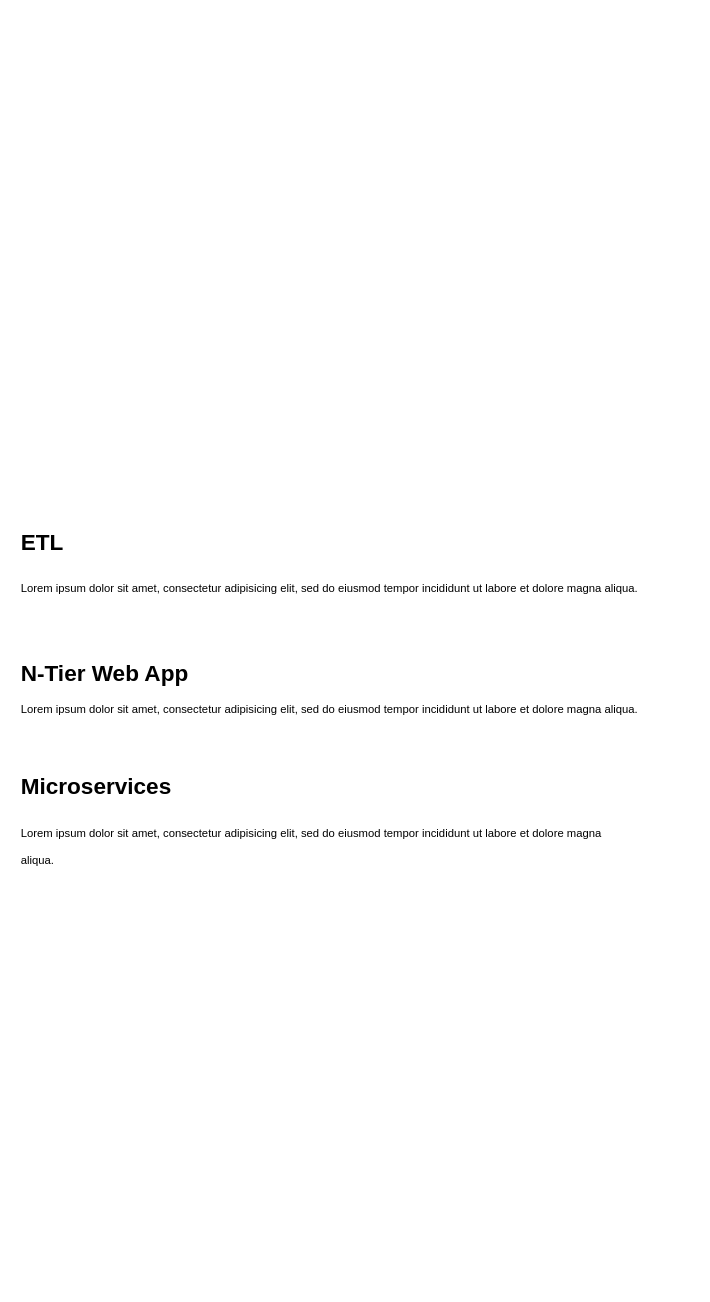
Earlier version of the draw.io diagram Various Azure Architectures.drawio (mcthuggets/AzureArchitectures). Source tidied: cells renumbered, new cells numbered last; positions are measured from the earlier drawing's top-left corner, leaving out a move shared by most shapes. Both pictures are drawn from the tidied source at 94%, with x=0, y=0 at pixel (16, 524).
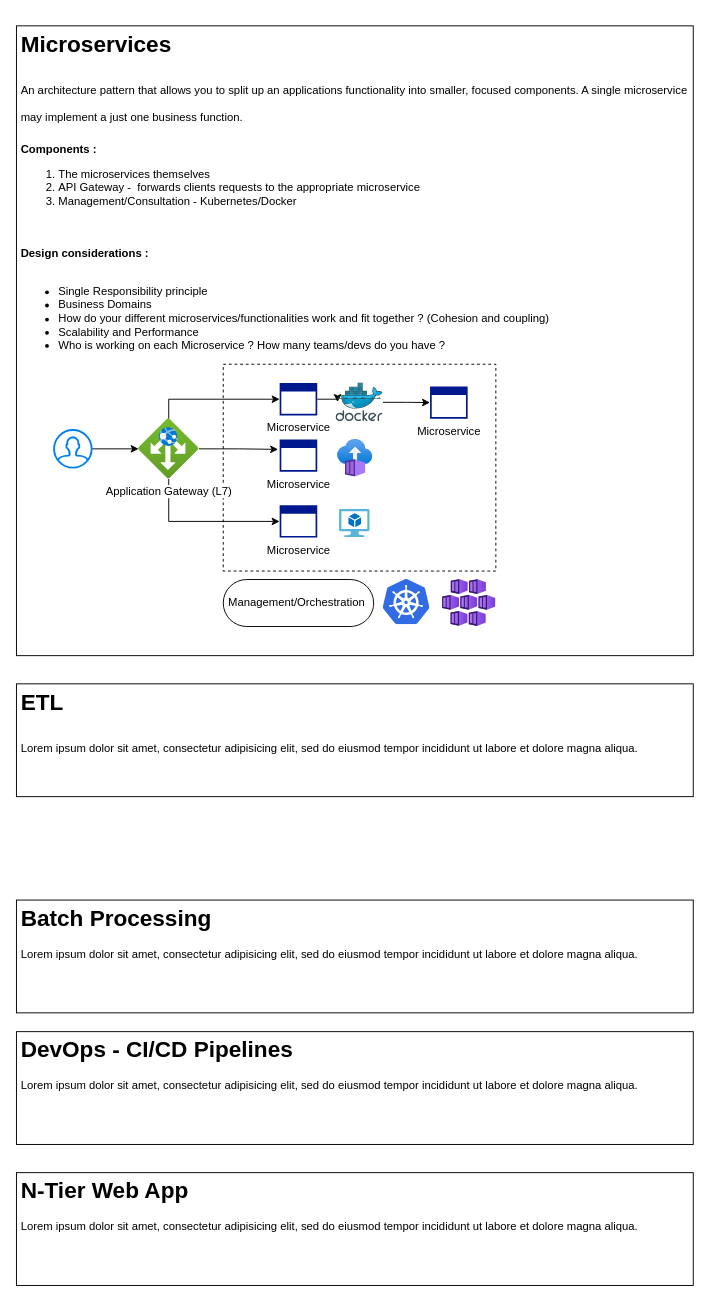
The same diagram, later.

Commit message:
Microservices sort of done.drawio

Change to the diagram source:
```diff
@@
+    <mxCell id="5" style="html=1;dashed=1;whiteSpace=wrap;" parent="1" vertex="1">
+      <mxGeometry x="220" y="-170" width="290" height="220" as="geometry" />
+    </mxCell>
-    <mxCell id="2" value="&lt;h1&gt;&lt;span style=&quot;background-color: initial;&quot;&gt;ETL&lt;/span&gt;&lt;/h1&gt;&lt;h1&gt;&lt;span style=&quot;background-color: initial; font-size: 12px; font-weight: normal;&quot;&gt;Lorem ipsum dolor sit amet, consectetur adipisicing elit, sed do eiusmod tempor incididunt ut labore et dolore magna aliqua.&lt;/span&gt;&lt;br&gt;&lt;/h1&gt;" style="text;html=1;strokeColor=none;fillColor=none;spacing=5;spacingTop=-20;whiteSpace=wrap;overflow=hidden;rounded=0;" parent="1" vertex="1">
-      <mxGeometry width="720" height="120" as="geometry" />
+    <mxCell id="2" value="&lt;h1&gt;&lt;span style=&quot;background-color: initial;&quot;&gt;ETL&lt;/span&gt;&lt;/h1&gt;&lt;h1&gt;&lt;span style=&quot;background-color: initial; font-size: 12px; font-weight: normal;&quot;&gt;Lorem ipsum dolor sit amet, consectetur adipisicing elit, sed do eiusmod tempor incididunt ut labore et dolore magna aliqua.&lt;/span&gt;&lt;br&gt;&lt;/h1&gt;" style="text;html=1;strokeColor=default;fillColor=none;spacing=5;spacingTop=-20;whiteSpace=wrap;overflow=hidden;rounded=0;perimeterSpacing=1;" parent="1" vertex="1">
+      <mxGeometry y="170" width="720" height="120" as="geometry" />
     </mxCell>
-    <mxCell id="3" value="&lt;h1&gt;N-Tier Web App&lt;/h1&gt;&lt;p&gt;Lorem ipsum dolor sit amet, consectetur adipisicing elit, sed do eiusmod tempor incididunt ut labore et dolore magna aliqua.&lt;/p&gt;" style="text;html=1;strokeColor=none;fillColor=none;spacing=5;spacingTop=-20;whiteSpace=wrap;overflow=hidden;rounded=0;" parent="1" vertex="1">
-      <mxGeometry y="140" width="670" height="120" as="geometry" />
+    <mxCell id="3" value="&lt;h1&gt;N-Tier Web App&lt;/h1&gt;&lt;p&gt;Lorem ipsum dolor sit amet, consectetur adipisicing elit, sed do eiusmod tempor incididunt ut labore et dolore magna aliqua.&lt;/p&gt;" style="text;html=1;strokeColor=default;fillColor=none;spacing=5;spacingTop=-20;whiteSpace=wrap;overflow=hidden;rounded=0;perimeterSpacing=1;" parent="1" vertex="1">
+      <mxGeometry y="690" width="720" height="120" as="geometry" />
     </mxCell>
-    <mxCell id="4" value="&lt;h1&gt;&lt;span style=&quot;background-color: initial;&quot;&gt;Microservices&lt;/span&gt;&lt;/h1&gt;&lt;h1&gt;&lt;span style=&quot;background-color: initial; font-size: 12px; font-weight: normal;&quot;&gt;Lorem ipsum dolor sit amet, consectetur adipisicing elit, sed do eiusmod tempor incididunt ut labore et dolore magna aliqua.&lt;/span&gt;&lt;br&gt;&lt;/h1&gt;" style="text;html=1;strokeColor=none;fillColor=none;spacing=5;spacingTop=-20;whiteSpace=wrap;overflow=hidden;rounded=0;" parent="1" vertex="1">
-      <mxGeometry y="260" width="660" height="120" as="geometry" />
+    <mxCell id="4" value="&lt;h1&gt;&lt;span style=&quot;background-color: initial;&quot;&gt;Microservices&lt;/span&gt;&lt;/h1&gt;&lt;h1&gt;&lt;span style=&quot;background-color: initial; font-size: 12px; font-weight: normal;&quot;&gt;An architecture pattern that allows you to split up an applications functionality into smaller, focused components. A single microservice may implement a just one business function.&lt;/span&gt;&lt;br&gt;&lt;/h1&gt;&lt;div&gt;&lt;b&gt;Components :&lt;/b&gt;&lt;/div&gt;&lt;div&gt;&lt;ol&gt;&lt;li&gt;The microservices themselves&lt;/li&gt;&lt;li&gt;API Gateway -&amp;nbsp; forwards clients requests to the appropriate microservice&lt;/li&gt;&lt;li&gt;Management/Consultation - Kubernetes/Docker&lt;/li&gt;&lt;/ol&gt;&lt;/div&gt;&lt;div&gt;&lt;span style=&quot;background-color: initial; font-size: 12px; font-weight: normal;&quot;&gt;&lt;br&gt;&lt;/span&gt;&lt;/div&gt;&lt;div&gt;&lt;span style=&quot;background-color: initial; font-size: 12px; font-weight: normal;&quot;&gt;&lt;br&gt;&lt;/span&gt;&lt;/div&gt;&lt;div&gt;&lt;b&gt;Design considerations :&lt;span style=&quot;white-space: pre;&quot;&gt;&#9;&lt;/span&gt;&lt;/b&gt;&lt;/div&gt;&lt;div&gt;&lt;br&gt;&lt;/div&gt;&lt;div&gt;&lt;ul&gt;&lt;li&gt;Single Responsibility principle&lt;/li&gt;&lt;li&gt;Business Domains&lt;/li&gt;&lt;li&gt;How do your different microservices/functionalities work and fit together ? (Cohesion and coupling)&lt;/li&gt;&lt;li&gt;Scalability and Performance&lt;/li&gt;&lt;li&gt;Who is working on each Microservice ? How many teams/devs do you have ?&lt;/li&gt;&lt;/ul&gt;&lt;/div&gt;" style="text;html=1;strokeColor=default;fillColor=none;spacing=5;spacingTop=-20;whiteSpace=wrap;overflow=hidden;rounded=0;perimeterSpacing=1;" parent="1" vertex="1">
+      <mxGeometry y="-530" width="720" height="670" as="geometry" />
     </mxCell>
+    <mxCell id="6" value="&lt;h1&gt;Batch Processing&lt;/h1&gt;&lt;p&gt;Lorem ipsum dolor sit amet, consectetur adipisicing elit, sed do eiusmod tempor incididunt ut labore et dolore magna aliqua.&lt;/p&gt;" style="text;html=1;strokeColor=default;fillColor=none;spacing=5;spacingTop=-20;whiteSpace=wrap;overflow=hidden;rounded=0;perimeterSpacing=1;" parent="1" vertex="1">
+      <mxGeometry y="400" width="720" height="120" as="geometry" />
+    </mxCell>
+    <mxCell id="7" value="&lt;h1&gt;DevOps - CI/CD Pipelines&lt;/h1&gt;&lt;p&gt;Lorem ipsum dolor sit amet, consectetur adipisicing elit, sed do eiusmod tempor incididunt ut labore et dolore magna aliqua.&lt;/p&gt;" style="text;html=1;strokeColor=default;fillColor=none;spacing=5;spacingTop=-20;whiteSpace=wrap;overflow=hidden;rounded=0;perimeterSpacing=1;" parent="1" vertex="1">
+      <mxGeometry y="540" width="720" height="120" as="geometry" />
+    </mxCell>
+    <mxCell id="8" style="edgeStyle=orthogonalEdgeStyle;rounded=0;jettySize=auto;html=1;" parent="1" edge="1" source="9" target="13">
+      <mxGeometry relative="1" as="geometry" />
+    </mxCell>
+    <mxCell id="9" style="html=1;verticalLabelPosition=bottom;align=center;labelBackgroundColor=#ffffff;verticalAlign=top;strokeWidth=2;strokeColor=#0080F0;shadow=0;dashed=0;shape=mxgraph.ios7.icons.user;" parent="1" vertex="1">
+      <mxGeometry x="40" y="-100" width="40" height="40" as="geometry" />
+    </mxCell>
+    <mxCell id="10" style="edgeStyle=orthogonalEdgeStyle;rounded=0;jettySize=auto;html=1;entryX=0;entryY=0.5;entryDx=0;entryDy=0;entryPerimeter=0;" parent="1" edge="1" source="13" target="15">
+      <mxGeometry relative="1" as="geometry">
+        <Array as="points">
+          <mxPoint x="162" y="-133" />
+        </Array>
+      </mxGeometry>
+    </mxCell>
+    <mxCell id="11" style="edgeStyle=orthogonalEdgeStyle;rounded=0;jettySize=auto;html=1;entryX=-0.04;entryY=0.308;entryDx=0;entryDy=0;entryPerimeter=0;" parent="1" edge="1" source="13" target="16">
+      <mxGeometry relative="1" as="geometry" />
+    </mxCell>
+    <mxCell id="12" style="edgeStyle=orthogonalEdgeStyle;rounded=0;jettySize=auto;html=1;entryX=0;entryY=0.5;entryDx=0;entryDy=0;entryPerimeter=0;" parent="1" edge="1" source="13" target="17">
+      <mxGeometry relative="1" as="geometry">
+        <Array as="points">
+          <mxPoint x="162" y="-3" />
+        </Array>
+      </mxGeometry>
+    </mxCell>
+    <mxCell id="13" value="Application Gateway (L7)" style="image;html=1;points=[];align=center;fontSize=12;image=img/lib/azure2/networking/Application_Gateways.svg;rotation=0;" parent="1" vertex="1">
+      <mxGeometry x="130" y="-112" width="64" height="64" as="geometry" />
+    </mxCell>
+    <mxCell id="14" style="edgeStyle=orthogonalEdgeStyle;rounded=0;jettySize=auto;html=1;exitX=1;exitY=0.5;exitDx=0;exitDy=0;exitPerimeter=0;entryX=0.032;entryY=0.493;entryDx=0;entryDy=0;entryPerimeter=0;" parent="1" edge="1" source="15" target="21">
+      <mxGeometry relative="1" as="geometry" />
+    </mxCell>
+    <mxCell id="15" value="Microservice" style="sketch=0;shadow=0;dashed=0;html=1;strokeColor=none;labelPosition=center;verticalLabelPosition=bottom;verticalAlign=top;align=center;fillColor=#00188D;shape=mxgraph.mscae.enterprise.application_blank;" parent="1" vertex="1">
+      <mxGeometry x="280" y="-150" width="40" height="34.4" as="geometry" />
+    </mxCell>
+    <mxCell id="16" value="Microservice" style="sketch=0;shadow=0;dashed=0;html=1;strokeColor=none;labelPosition=center;verticalLabelPosition=bottom;verticalAlign=top;align=center;fillColor=#00188D;shape=mxgraph.mscae.enterprise.application_blank;" parent="1" vertex="1">
+      <mxGeometry x="280" y="-90" width="40" height="34.4" as="geometry" />
+    </mxCell>
+    <mxCell id="17" value="Microservice" style="sketch=0;shadow=0;dashed=0;html=1;strokeColor=none;labelPosition=center;verticalLabelPosition=bottom;verticalAlign=top;align=center;fillColor=#00188D;shape=mxgraph.mscae.enterprise.application_blank;" parent="1" vertex="1">
+      <mxGeometry x="280" y="-20" width="40" height="34.4" as="geometry" />
+    </mxCell>
+    <mxCell id="18" value="Management/Orchestration&amp;nbsp;" style="html=1;dashed=0;whiteSpace=wrap;shape=mxgraph.dfd.start;align=center;" parent="1" vertex="1">
+      <mxGeometry x="220" y="59" width="160" height="50" as="geometry" />
+    </mxCell>
+    <mxCell id="19" style="image;sketch=0;html=1;align=center;fontSize=12;image=img/lib/mscae/Kubernetes.svg;" parent="1" vertex="1">
+      <mxGeometry x="390" y="59" width="50" height="48" as="geometry" />
+    </mxCell>
+    <mxCell id="20" style="edgeStyle=orthogonalEdgeStyle;rounded=0;jettySize=auto;html=1;entryX=0;entryY=0.5;entryDx=0;entryDy=0;entryPerimeter=0;" parent="1" edge="1" source="21" target="25">
+      <mxGeometry relative="1" as="geometry" />
+    </mxCell>
+    <mxCell id="21" style="image;sketch=0;html=1;points=[];align=center;fontSize=12;image=img/lib/mscae/Docker.svg;" parent="1" vertex="1">
+      <mxGeometry x="340" y="-150" width="50" height="41" as="geometry" />
+    </mxCell>
+    <mxCell id="22" style="image;html=1;align=center;fontSize=12;image=img/lib/azure2/compute/Kubernetes_Services.svg;" parent="1" vertex="1">
+      <mxGeometry x="453.3" y="59" width="56.7" height="50" as="geometry" />
+    </mxCell>
+    <mxCell id="23" style="image;html=1;align=center;fontSize=12;image=img/lib/azure2/compute/Container_Instances.svg;" parent="1" vertex="1">
+      <mxGeometry x="341.5" y="-90" width="37.6" height="40" as="geometry" />
+    </mxCell>
+    <mxCell id="24" style="image;sketch=0;html=1;align=center;fontSize=12;image=img/lib/mscae/Virtual_Machine_2.svg;" parent="1" vertex="1">
+      <mxGeometry x="343.7" y="-15.6" width="32.6" height="30" as="geometry" />
+    </mxCell>
+    <mxCell id="25" value="Microservice" style="sketch=0;shadow=0;dashed=0;html=1;strokeColor=none;labelPosition=center;verticalLabelPosition=bottom;verticalAlign=top;align=center;fillColor=#00188D;shape=mxgraph.mscae.enterprise.application_blank;" parent="1" vertex="1">
+      <mxGeometry x="440" y="-146.4" width="40" height="34.4" as="geometry" />
+    </mxCell>
```
